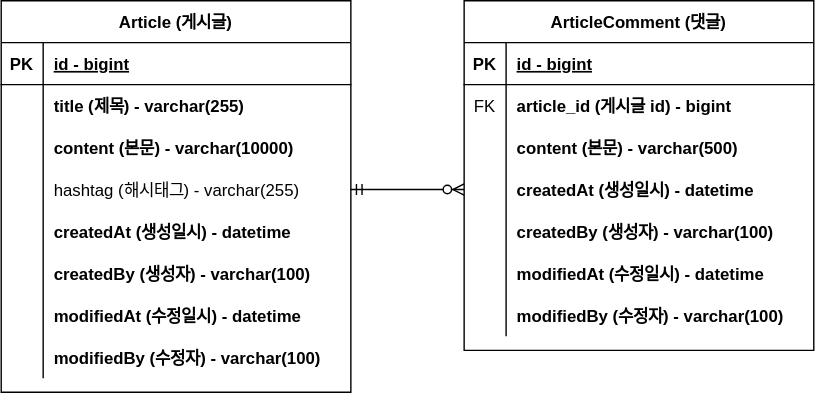
skskdmsdl/springboot-board keeps this draw.io diagram as document/board-erd.svg. Above is the earlier version. Source tidied: cells renumbered, new cells last; positions are measured from the earlier drawing's top-left corner, leaving out a move shared by most shapes.
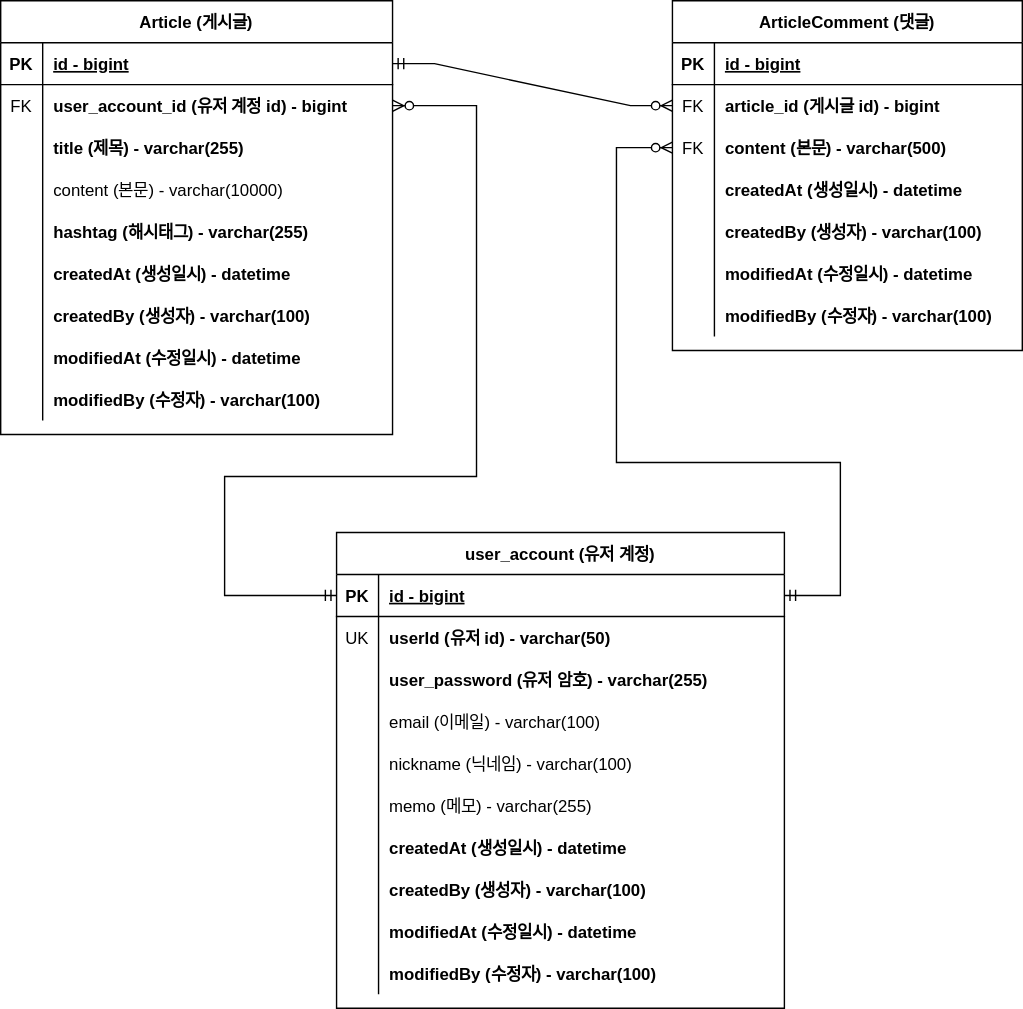
Later version of the same file.

Commit message:
#17 - 회원 계정 도메인 구현 및 erd 반영

The edit, as a diff of the source:
```diff
@@ -3,7 +3,7 @@
     <mxCell id="0" />
     <mxCell id="1" parent="0" />
     <mxCell id="2" value="ArticleComment (댓글)" style="shape=table;startSize=30;rowLines=0;fontStyle=1;align=center;" parent="1" vertex="1">
-      <mxGeometry x="331" width="250" height="250" as="geometry" />
+      <mxGeometry x="450" width="250" height="250" as="geometry" />
     </mxCell>
     <mxCell id="3" style="shape=partialRectangle;fillColor=none;top=0;left=0;right=0;bottom=1;" parent="2" vertex="1">
       <mxGeometry y="30" width="250" height="30" as="geometry" />
@@ -26,7 +26,7 @@
     <mxCell id="9" style="shape=partialRectangle;fillColor=none;points=[[0,0.5],[1,0.5]];portConstraint=eastwest;top=0;left=0;right=0;bottom=0;" parent="2" vertex="1">
       <mxGeometry y="90" width="250" height="30" as="geometry" />
     </mxCell>
-    <mxCell id="10" style="shape=partialRectangle;overflow=hidden;fillColor=none;top=0;left=0;bottom=0;right=0;" parent="9" vertex="1">
+    <mxCell id="10" value="FK" style="shape=partialRectangle;overflow=hidden;fillColor=none;top=0;left=0;bottom=0;right=0;" parent="9" vertex="1">
       <mxGeometry width="30" height="30" as="geometry" />
     </mxCell>
     <mxCell id="11" value="content (본문) - varchar(500)" style="shape=partialRectangle;overflow=hidden;fillColor=none;top=0;left=0;bottom=0;right=0;align=left;spacingLeft=6;fontStyle=1;" parent="9" vertex="1">
@@ -69,82 +69,204 @@
       <mxGeometry x="30" width="220" height="30" as="geometry" />
     </mxCell>
     <mxCell id="24" value="Article (게시글)" style="shape=table;startSize=30;rowLines=0;fontStyle=1;align=center;" parent="1" vertex="1">
-      <mxGeometry width="250" height="280" as="geometry" />
+      <mxGeometry x="-30" width="280" height="310" as="geometry" />
     </mxCell>
     <mxCell id="25" style="shape=partialRectangle;fillColor=none;points=[[0,0.5],[1,0.5]];portConstraint=eastwest;top=0;left=0;right=0;bottom=1;" parent="24" vertex="1">
-      <mxGeometry y="30" width="250" height="30" as="geometry" />
+      <mxGeometry y="30" width="280" height="30" as="geometry" />
     </mxCell>
     <mxCell id="26" value="PK" style="shape=partialRectangle;overflow=hidden;fillColor=none;top=0;left=0;bottom=0;right=0;fontStyle=1;" parent="25" vertex="1">
       <mxGeometry width="30" height="30" as="geometry" />
     </mxCell>
     <mxCell id="27" value="id - bigint" style="shape=partialRectangle;overflow=hidden;fillColor=none;top=0;left=0;bottom=0;right=0;align=left;spacingLeft=6;fontStyle=5;" parent="25" vertex="1">
-      <mxGeometry x="30" width="220" height="30" as="geometry" />
+      <mxGeometry x="30" width="250" height="30" as="geometry" />
     </mxCell>
     <mxCell id="28" style="shape=partialRectangle;fillColor=none;points=[[0,0.5],[1,0.5]];portConstraint=eastwest;top=0;left=0;right=0;bottom=0;" parent="24" vertex="1">
-      <mxGeometry y="60" width="250" height="30" as="geometry" />
+      <mxGeometry y="60" width="280" height="30" as="geometry" />
     </mxCell>
-    <mxCell id="29" style="shape=partialRectangle;overflow=hidden;fillColor=none;top=0;left=0;bottom=0;right=0;" parent="28" vertex="1">
+    <mxCell id="29" value="FK" style="shape=partialRectangle;overflow=hidden;fillColor=none;top=0;left=0;bottom=0;right=0;" parent="28" vertex="1">
       <mxGeometry width="30" height="30" as="geometry" />
     </mxCell>
-    <mxCell id="30" value="title (제목) - varchar(255)" style="shape=partialRectangle;overflow=hidden;fillColor=none;top=0;left=0;bottom=0;right=0;align=left;spacingLeft=6;fontStyle=1;" parent="28" vertex="1">
-      <mxGeometry x="30" width="220" height="30" as="geometry" />
+    <mxCell id="30" value="user_account_id (유저 계정 id) - bigint" style="shape=partialRectangle;overflow=hidden;fillColor=none;top=0;left=0;bottom=0;right=0;align=left;spacingLeft=6;fontStyle=1;" parent="28" vertex="1">
+      <mxGeometry x="30" width="250" height="30" as="geometry" />
     </mxCell>
     <mxCell id="31" style="shape=partialRectangle;fillColor=none;top=0;left=0;right=0;bottom=0;" parent="24" vertex="1">
-      <mxGeometry y="90" width="250" height="30" as="geometry" />
+      <mxGeometry y="90" width="280" height="30" as="geometry" />
     </mxCell>
     <mxCell id="32" style="shape=partialRectangle;overflow=hidden;fillColor=none;top=0;left=0;bottom=0;right=0;" parent="31" vertex="1">
       <mxGeometry width="30" height="30" as="geometry" />
     </mxCell>
-    <mxCell id="33" value="content (본문) - varchar(10000)" style="shape=partialRectangle;overflow=hidden;fillColor=none;top=0;left=0;bottom=0;right=0;align=left;spacingLeft=6;fontStyle=1;" parent="31" vertex="1">
-      <mxGeometry x="30" width="220" height="30" as="geometry" />
+    <mxCell id="33" value="title (제목) - varchar(255)" style="shape=partialRectangle;overflow=hidden;fillColor=none;top=0;left=0;bottom=0;right=0;align=left;spacingLeft=6;fontStyle=1;" parent="31" vertex="1">
+      <mxGeometry x="30" width="250" height="30" as="geometry" />
     </mxCell>
     <mxCell id="34" style="shape=partialRectangle;fillColor=none;points=[[0,0.5],[1,0.5]];portConstraint=eastwest;top=0;left=0;right=0;bottom=0;fontStyle=1;" parent="24" vertex="1">
-      <mxGeometry y="120" width="250" height="30" as="geometry" />
+      <mxGeometry y="120" width="280" height="30" as="geometry" />
     </mxCell>
     <mxCell id="35" style="shape=partialRectangle;overflow=hidden;fillColor=none;top=0;left=0;bottom=0;right=0;" parent="34" vertex="1">
       <mxGeometry width="30" height="30" as="geometry" />
     </mxCell>
-    <mxCell id="36" value="hashtag (해시태그) - varchar(255)" style="shape=partialRectangle;overflow=hidden;fillColor=none;top=0;left=0;bottom=0;right=0;align=left;spacingLeft=6;fontStyle=0;" parent="34" vertex="1">
-      <mxGeometry x="30" width="220" height="30" as="geometry" />
+    <mxCell id="36" value="content (본문) - varchar(10000)" style="shape=partialRectangle;overflow=hidden;fillColor=none;top=0;left=0;bottom=0;right=0;align=left;spacingLeft=6;fontStyle=0;" parent="34" vertex="1">
+      <mxGeometry x="30" width="250" height="30" as="geometry" />
     </mxCell>
     <mxCell id="37" style="shape=partialRectangle;fillColor=none;top=0;left=0;right=0;bottom=0;" parent="24" vertex="1">
-      <mxGeometry y="150" width="250" height="30" as="geometry" />
+      <mxGeometry y="150" width="280" height="30" as="geometry" />
     </mxCell>
     <mxCell id="38" style="shape=partialRectangle;overflow=hidden;fillColor=none;top=0;left=0;bottom=0;right=0;" parent="37" vertex="1">
       <mxGeometry width="30" height="30" as="geometry" />
     </mxCell>
-    <mxCell id="39" value="createdAt (생성일시) - datetime" style="shape=partialRectangle;overflow=hidden;fillColor=none;top=0;left=0;bottom=0;right=0;align=left;spacingLeft=6;fontStyle=1;" parent="37" vertex="1">
-      <mxGeometry x="30" width="220" height="30" as="geometry" />
+    <mxCell id="39" value="hashtag (해시태그) - varchar(255)" style="shape=partialRectangle;overflow=hidden;fillColor=none;top=0;left=0;bottom=0;right=0;align=left;spacingLeft=6;fontStyle=1;" parent="37" vertex="1">
+      <mxGeometry x="30" width="250" height="30" as="geometry" />
     </mxCell>
     <mxCell id="40" style="shape=partialRectangle;fillColor=none;top=0;left=0;right=0;bottom=0;" parent="24" vertex="1">
-      <mxGeometry y="180" width="250" height="30" as="geometry" />
+      <mxGeometry y="180" width="280" height="30" as="geometry" />
     </mxCell>
     <mxCell id="41" style="shape=partialRectangle;overflow=hidden;fillColor=none;top=0;left=0;bottom=0;right=0;" parent="40" vertex="1">
       <mxGeometry width="30" height="30" as="geometry" />
     </mxCell>
-    <mxCell id="42" value="createdBy (생성자) - varchar(100)" style="shape=partialRectangle;overflow=hidden;fillColor=none;top=0;left=0;bottom=0;right=0;align=left;spacingLeft=6;fontStyle=1;" parent="40" vertex="1">
-      <mxGeometry x="30" width="220" height="30" as="geometry" />
+    <mxCell id="42" value="createdAt (생성일시) - datetime" style="shape=partialRectangle;overflow=hidden;fillColor=none;top=0;left=0;bottom=0;right=0;align=left;spacingLeft=6;fontStyle=1;" parent="40" vertex="1">
+      <mxGeometry x="30" width="250" height="30" as="geometry" />
     </mxCell>
     <mxCell id="43" style="shape=partialRectangle;fillColor=none;top=0;left=0;right=0;bottom=0;" parent="24" vertex="1">
-      <mxGeometry y="210" width="250" height="30" as="geometry" />
+      <mxGeometry y="210" width="280" height="30" as="geometry" />
     </mxCell>
     <mxCell id="44" style="shape=partialRectangle;overflow=hidden;fillColor=none;top=0;left=0;bottom=0;right=0;" parent="43" vertex="1">
       <mxGeometry width="30" height="30" as="geometry" />
     </mxCell>
-    <mxCell id="45" value="modifiedAt (수정일시) - datetime" style="shape=partialRectangle;overflow=hidden;fillColor=none;top=0;left=0;bottom=0;right=0;align=left;spacingLeft=6;fontStyle=1;" parent="43" vertex="1">
-      <mxGeometry x="30" width="220" height="30" as="geometry" />
+    <mxCell id="45" value="createdBy (생성자) - varchar(100)" style="shape=partialRectangle;overflow=hidden;fillColor=none;top=0;left=0;bottom=0;right=0;align=left;spacingLeft=6;fontStyle=1;" parent="43" vertex="1">
+      <mxGeometry x="30" width="250" height="30" as="geometry" />
     </mxCell>
     <mxCell id="46" style="shape=partialRectangle;fillColor=none;top=0;left=0;right=0;bottom=0;" parent="24" vertex="1">
-      <mxGeometry y="240" width="250" height="30" as="geometry" />
+      <mxGeometry y="240" width="280" height="30" as="geometry" />
     </mxCell>
     <mxCell id="47" style="shape=partialRectangle;overflow=hidden;fillColor=none;top=0;left=0;bottom=0;right=0;" parent="46" vertex="1">
       <mxGeometry width="30" height="30" as="geometry" />
     </mxCell>
-    <mxCell id="48" value="modifiedBy (수정자) - varchar(100)" style="shape=partialRectangle;overflow=hidden;fillColor=none;top=0;left=0;bottom=0;right=0;align=left;spacingLeft=6;fontStyle=1;" parent="46" vertex="1">
-      <mxGeometry x="30" width="220" height="30" as="geometry" />
+    <mxCell id="48" value="modifiedAt (수정일시) - datetime" style="shape=partialRectangle;overflow=hidden;fillColor=none;top=0;left=0;bottom=0;right=0;align=left;spacingLeft=6;fontStyle=1;" parent="46" vertex="1">
+      <mxGeometry x="30" width="250" height="30" as="geometry" />
     </mxCell>
+    <mxCell id="50" style="shape=partialRectangle;fillColor=none;top=0;left=0;right=0;bottom=0;" parent="24" vertex="1">
+      <mxGeometry y="270" width="280" height="30" as="geometry" />
+    </mxCell>
+    <mxCell id="51" style="shape=partialRectangle;overflow=hidden;fillColor=none;top=0;left=0;bottom=0;right=0;" parent="50" vertex="1">
+      <mxGeometry width="30" height="30" as="geometry" />
+    </mxCell>
+    <mxCell id="52" value="modifiedBy (수정자) - varchar(100)" style="shape=partialRectangle;overflow=hidden;fillColor=none;top=0;left=0;bottom=0;right=0;align=left;spacingLeft=6;fontStyle=1;" parent="50" vertex="1">
+      <mxGeometry x="30" width="250" height="30" as="geometry" />
+    </mxCell>
-    <mxCell id="49" style="edgeStyle=entityRelationEdgeStyle;fontSize=12;html=1;endArrow=ERzeroToMany;startArrow=ERmandOne;rounded=0;entryX=0;entryY=0.5;entryDx=0;entryDy=0;exitX=1;exitY=0.5;exitDx=0;exitDy=0;" parent="1" edge="1" source="34" target="12">
+    <mxCell id="49" style="edgeStyle=entityRelationEdgeStyle;fontSize=12;html=1;endArrow=ERzeroToMany;startArrow=ERmandOne;rounded=0;entryX=0;entryY=0.5;entryDx=0;entryDy=0;exitX=1;exitY=0.5;exitDx=0;exitDy=0;" parent="1" edge="1" source="25" target="6">
       <mxGeometry relative="1" as="geometry" />
     </mxCell>
+    <mxCell id="53" value="user_account (유저 계정)" style="shape=table;startSize=30;rowLines=0;fontStyle=1;align=center;" parent="1" vertex="1">
+      <mxGeometry x="210" y="380" width="320" height="340" as="geometry" />
+    </mxCell>
+    <mxCell id="54" style="shape=partialRectangle;fillColor=none;points=[[0,0.5],[1,0.5]];portConstraint=eastwest;top=0;left=0;right=0;bottom=1;" parent="53" vertex="1">
+      <mxGeometry y="30" width="320" height="30" as="geometry" />
+    </mxCell>
+    <mxCell id="55" value="PK" style="shape=partialRectangle;overflow=hidden;fillColor=none;top=0;left=0;bottom=0;right=0;fontStyle=1;" parent="54" vertex="1">
+      <mxGeometry width="30" height="30" as="geometry" />
+    </mxCell>
+    <mxCell id="56" value="id - bigint" style="shape=partialRectangle;overflow=hidden;fillColor=none;top=0;left=0;bottom=0;right=0;align=left;spacingLeft=6;fontStyle=5;" parent="54" vertex="1">
+      <mxGeometry x="30" width="290" height="30" as="geometry" />
+    </mxCell>
+    <mxCell id="57" style="shape=partialRectangle;fillColor=none;top=0;left=0;right=0;bottom=0;" parent="53" vertex="1">
+      <mxGeometry y="60" width="320" height="30" as="geometry" />
+    </mxCell>
+    <mxCell id="58" value="UK" style="shape=partialRectangle;overflow=hidden;fillColor=none;top=0;left=0;bottom=0;right=0;" parent="57" vertex="1">
+      <mxGeometry width="30" height="30" as="geometry" />
+    </mxCell>
+    <mxCell id="59" value="userId (유저 id) - varchar(50)" style="shape=partialRectangle;overflow=hidden;fillColor=none;top=0;left=0;bottom=0;right=0;align=left;spacingLeft=6;fontStyle=1;" parent="57" vertex="1">
+      <mxGeometry x="30" width="290" height="30" as="geometry" />
+    </mxCell>
+    <mxCell id="60" style="shape=partialRectangle;fillColor=none;top=0;left=0;right=0;bottom=0;" parent="53" vertex="1">
+      <mxGeometry y="90" width="320" height="30" as="geometry" />
+    </mxCell>
+    <mxCell id="61" style="shape=partialRectangle;overflow=hidden;fillColor=none;top=0;left=0;bottom=0;right=0;" parent="60" vertex="1">
+      <mxGeometry width="30" height="30" as="geometry" />
+    </mxCell>
+    <mxCell id="62" value="user_password (유저 암호) - varchar(255)" style="shape=partialRectangle;overflow=hidden;fillColor=none;top=0;left=0;bottom=0;right=0;align=left;spacingLeft=6;fontStyle=1;" parent="60" vertex="1">
+      <mxGeometry x="30" width="290" height="30" as="geometry" />
+    </mxCell>
+    <mxCell id="63" style="shape=partialRectangle;fillColor=none;top=0;left=0;right=0;bottom=0;fontStyle=1;" parent="53" vertex="1">
+      <mxGeometry y="120" width="320" height="30" as="geometry" />
+    </mxCell>
+    <mxCell id="64" style="shape=partialRectangle;overflow=hidden;fillColor=none;top=0;left=0;bottom=0;right=0;" parent="63" vertex="1">
+      <mxGeometry width="30" height="30" as="geometry" />
+    </mxCell>
+    <mxCell id="65" value="email (이메일) - varchar(100)" style="shape=partialRectangle;overflow=hidden;fillColor=none;top=0;left=0;bottom=0;right=0;align=left;spacingLeft=6;fontStyle=0;" parent="63" vertex="1">
+      <mxGeometry x="30" width="290" height="30" as="geometry" />
+    </mxCell>
+    <mxCell id="66" style="shape=partialRectangle;fillColor=none;top=0;left=0;right=0;bottom=0;" parent="53" vertex="1">
+      <mxGeometry y="150" width="320" height="30" as="geometry" />
+    </mxCell>
+    <mxCell id="67" style="shape=partialRectangle;overflow=hidden;fillColor=none;top=0;left=0;bottom=0;right=0;" parent="66" vertex="1">
+      <mxGeometry width="30" height="30" as="geometry" />
+    </mxCell>
+    <mxCell id="68" value="nickname (닉네임) - varchar(100)" style="shape=partialRectangle;overflow=hidden;fillColor=none;top=0;left=0;bottom=0;right=0;align=left;spacingLeft=6;fontStyle=0;" parent="66" vertex="1">
+      <mxGeometry x="30" width="290" height="30" as="geometry" />
+    </mxCell>
+    <mxCell id="69" style="shape=partialRectangle;fillColor=none;top=0;left=0;right=0;bottom=0;" parent="53" vertex="1">
+      <mxGeometry y="180" width="320" height="30" as="geometry" />
+    </mxCell>
+    <mxCell id="70" style="shape=partialRectangle;overflow=hidden;fillColor=none;top=0;left=0;bottom=0;right=0;" parent="69" vertex="1">
+      <mxGeometry width="30" height="30" as="geometry" />
+    </mxCell>
+    <mxCell id="71" value="memo (메모) - varchar(255)" style="shape=partialRectangle;overflow=hidden;fillColor=none;top=0;left=0;bottom=0;right=0;align=left;spacingLeft=6;fontStyle=0;" parent="69" vertex="1">
+      <mxGeometry x="30" width="290" height="30" as="geometry" />
+    </mxCell>
+    <mxCell id="72" style="shape=partialRectangle;fillColor=none;top=0;left=0;right=0;bottom=0;" parent="53" vertex="1">
+      <mxGeometry y="210" width="320" height="30" as="geometry" />
+    </mxCell>
+    <mxCell id="73" style="shape=partialRectangle;overflow=hidden;fillColor=none;top=0;left=0;bottom=0;right=0;" parent="72" vertex="1">
+      <mxGeometry width="30" height="30" as="geometry" />
+    </mxCell>
+    <mxCell id="74" value="createdAt (생성일시) - datetime" style="shape=partialRectangle;overflow=hidden;fillColor=none;top=0;left=0;bottom=0;right=0;align=left;spacingLeft=6;fontStyle=1;" parent="72" vertex="1">
+      <mxGeometry x="30" width="290" height="30" as="geometry" />
+    </mxCell>
+    <mxCell id="75" style="shape=partialRectangle;fillColor=none;top=0;left=0;right=0;bottom=0;" parent="53" vertex="1">
+      <mxGeometry y="240" width="320" height="30" as="geometry" />
+    </mxCell>
+    <mxCell id="76" style="shape=partialRectangle;overflow=hidden;fillColor=none;top=0;left=0;bottom=0;right=0;" parent="75" vertex="1">
+      <mxGeometry width="30" height="30" as="geometry" />
+    </mxCell>
+    <mxCell id="77" value="createdBy (생성자) - varchar(100)" style="shape=partialRectangle;overflow=hidden;fillColor=none;top=0;left=0;bottom=0;right=0;align=left;spacingLeft=6;fontStyle=1;" parent="75" vertex="1">
+      <mxGeometry x="30" width="290" height="30" as="geometry" />
+    </mxCell>
+    <mxCell id="78" style="shape=partialRectangle;fillColor=none;top=0;left=0;right=0;bottom=0;" parent="53" vertex="1">
+      <mxGeometry y="270" width="320" height="30" as="geometry" />
+    </mxCell>
+    <mxCell id="79" style="shape=partialRectangle;overflow=hidden;fillColor=none;top=0;left=0;bottom=0;right=0;" parent="78" vertex="1">
+      <mxGeometry width="30" height="30" as="geometry" />
+    </mxCell>
+    <mxCell id="80" value="modifiedAt (수정일시) - datetime" style="shape=partialRectangle;overflow=hidden;fillColor=none;top=0;left=0;bottom=0;right=0;align=left;spacingLeft=6;fontStyle=1;" parent="78" vertex="1">
+      <mxGeometry x="30" width="290" height="30" as="geometry" />
+    </mxCell>
+    <mxCell id="81" style="shape=partialRectangle;fillColor=none;top=0;left=0;right=0;bottom=0;" parent="53" vertex="1">
+      <mxGeometry y="300" width="320" height="30" as="geometry" />
+    </mxCell>
+    <mxCell id="82" style="shape=partialRectangle;overflow=hidden;fillColor=none;top=0;left=0;bottom=0;right=0;" parent="81" vertex="1">
+      <mxGeometry width="30" height="30" as="geometry" />
+    </mxCell>
+    <mxCell id="83" value="modifiedBy (수정자) - varchar(100)" style="shape=partialRectangle;overflow=hidden;fillColor=none;top=0;left=0;bottom=0;right=0;align=left;spacingLeft=6;fontStyle=1;" parent="81" vertex="1">
+      <mxGeometry x="30" width="290" height="30" as="geometry" />
+    </mxCell>
+    <mxCell id="84" style="edgeStyle=orthogonalEdgeStyle;fontSize=12;html=1;endArrow=ERzeroToMany;startArrow=ERmandOne;rounded=0;exitX=0;exitY=0.5;exitDx=0;exitDy=0;" parent="1" edge="1" source="54" target="28">
+      <mxGeometry relative="1" as="geometry">
+        <Array as="points">
+          <mxPoint x="130" y="425" />
+          <mxPoint x="130" y="340" />
+          <mxPoint x="310" y="340" />
+          <mxPoint x="310" y="75" />
+        </Array>
+      </mxGeometry>
+    </mxCell>
+    <mxCell id="85" style="edgeStyle=orthogonalEdgeStyle;fontSize=12;html=1;endArrow=ERzeroToMany;startArrow=ERmandOne;rounded=0;exitX=1;exitY=0.5;exitDx=0;exitDy=0;entryX=0;entryY=0.5;entryDx=0;entryDy=0;" parent="1" edge="1" source="54" target="9">
+      <mxGeometry relative="1" as="geometry">
+        <Array as="points">
+          <mxPoint x="570" y="425" />
+          <mxPoint x="570" y="330" />
+          <mxPoint x="410" y="330" />
+          <mxPoint x="410" y="105" />
+        </Array>
+      </mxGeometry>
+    </mxCell>
   </root>
 </mxGraphModel>
```
